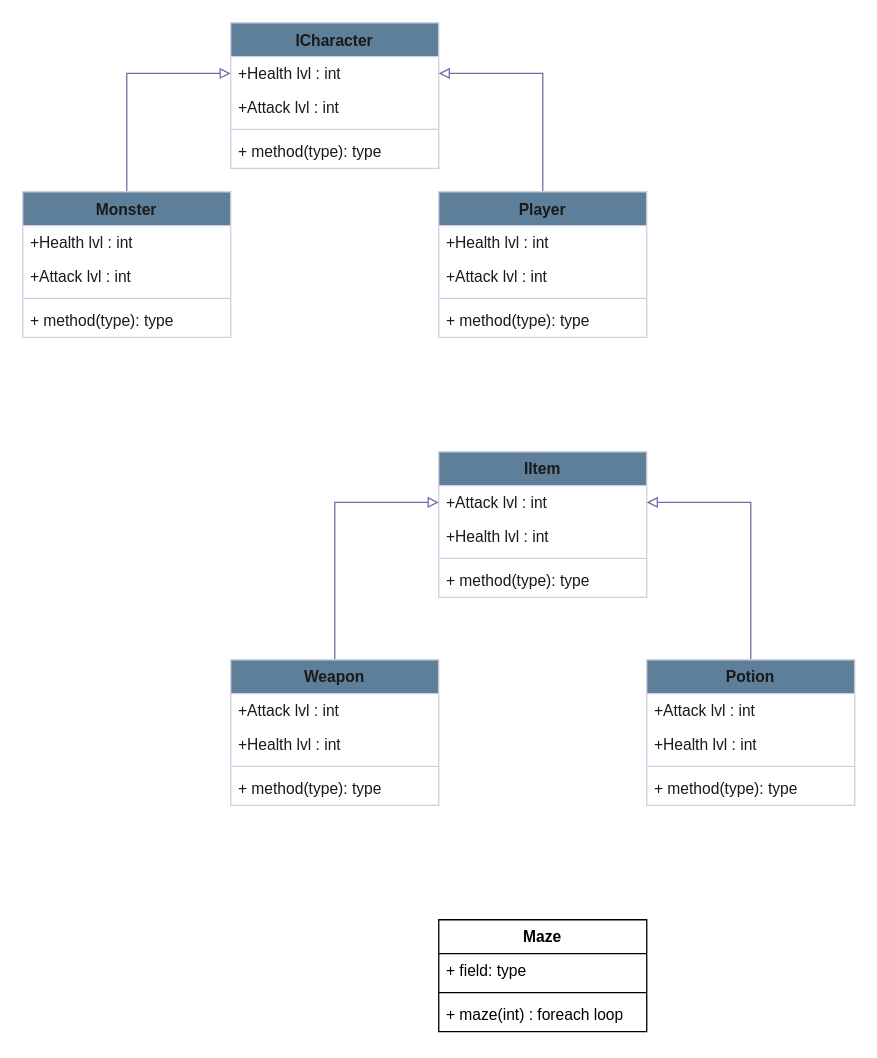
Earlier version of the draw.io diagram CSCI 1260 project 1.drawio (CigarJellyfish/CigarJellyfish). Source tidied: cells renumbered, new cells numbered last; positions are measured from the earlier drawing's top-left corner, leaving out a move shared by most shapes. Both pictures are drawn from the tidied source at 130%, with x=0, y=0 at pixel (22, 22).
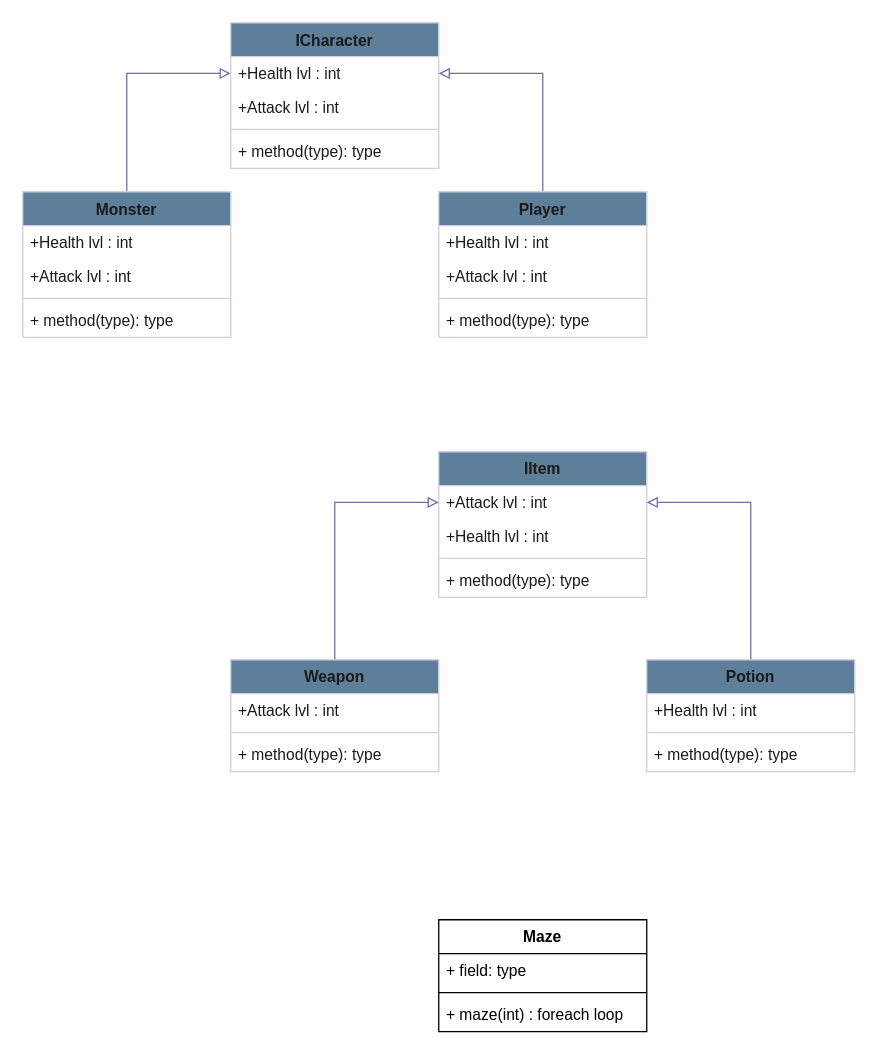
The same page after the edit.

Diff of the diagram source:
```diff
@@
     <mxCell id="25" value="Weapon" style="swimlane;fontStyle=1;align=center;verticalAlign=top;horizontal=1;startSize=26;whiteSpace=wrap;html=1;labelBackgroundColor=none;fillColor=#5D7F99;strokeColor=#D0CEE2;fontColor=#1A1A1A;" parent="1" vertex="1">
-      <mxGeometry x="160" y="490" width="160" height="112" as="geometry" />
+      <mxGeometry x="160" y="490" width="160" height="86" as="geometry" />
     </mxCell>
@@
-    <mxCell id="27" value="+Health lvl : int" style="text;strokeColor=none;fillColor=none;align=left;verticalAlign=top;spacingLeft=4;spacingRight=4;overflow=hidden;whiteSpace=wrap;html=1;labelBackgroundColor=none;fontColor=#1A1A1A;" parent="25" vertex="1">
-      <mxGeometry y="52" width="160" height="26" as="geometry" />
-    </mxCell>
     <mxCell id="28" style="line;strokeWidth=1;fillColor=none;align=left;verticalAlign=middle;spacingTop=-1;spacingLeft=3;spacingRight=3;labelPosition=right;strokeColor=#D0CEE2;labelBackgroundColor=none;fontColor=#1A1A1A;" parent="25" vertex="1">
-      <mxGeometry y="78" width="160" height="8" as="geometry" />
+      <mxGeometry y="52" width="160" height="8" as="geometry" />
     </mxCell>
     <mxCell id="29" value="+ method(type): type" style="text;strokeColor=none;fillColor=none;align=left;verticalAlign=top;spacingLeft=4;spacingRight=4;overflow=hidden;whiteSpace=wrap;html=1;labelBackgroundColor=none;fontColor=#1A1A1A;" parent="25" vertex="1">
-      <mxGeometry y="86" width="160" height="26" as="geometry" />
+      <mxGeometry y="60" width="160" height="26" as="geometry" />
     </mxCell>
@@
     <mxCell id="31" value="Potion" style="swimlane;fontStyle=1;align=center;verticalAlign=top;horizontal=1;startSize=26;whiteSpace=wrap;html=1;labelBackgroundColor=none;fillColor=#5D7F99;strokeColor=#D0CEE2;fontColor=#1A1A1A;" parent="1" vertex="1">
-      <mxGeometry x="480" y="490" width="160" height="112" as="geometry" />
+      <mxGeometry x="480" y="490" width="160" height="86" as="geometry" />
     </mxCell>
-    <mxCell id="32" value="+Attack lvl : int" style="text;strokeColor=none;fillColor=none;align=left;verticalAlign=top;spacingLeft=4;spacingRight=4;overflow=hidden;whiteSpace=wrap;html=1;labelBackgroundColor=none;fontColor=#1A1A1A;" parent="31" vertex="1">
-      <mxGeometry y="26" width="160" height="26" as="geometry" />
-    </mxCell>
     <mxCell id="33" value="+Health lvl : int" style="text;strokeColor=none;fillColor=none;align=left;verticalAlign=top;spacingLeft=4;spacingRight=4;overflow=hidden;whiteSpace=wrap;html=1;labelBackgroundColor=none;fontColor=#1A1A1A;" parent="31" vertex="1">
-      <mxGeometry y="52" width="160" height="26" as="geometry" />
+      <mxGeometry y="26" width="160" height="26" as="geometry" />
     </mxCell>
     <mxCell id="34" style="line;strokeWidth=1;fillColor=none;align=left;verticalAlign=middle;spacingTop=-1;spacingLeft=3;spacingRight=3;labelPosition=right;strokeColor=#D0CEE2;labelBackgroundColor=none;fontColor=#1A1A1A;" parent="31" vertex="1">
-      <mxGeometry y="78" width="160" height="8" as="geometry" />
+      <mxGeometry y="52" width="160" height="8" as="geometry" />
     </mxCell>
     <mxCell id="35" value="+ method(type): type" style="text;strokeColor=none;fillColor=none;align=left;verticalAlign=top;spacingLeft=4;spacingRight=4;overflow=hidden;whiteSpace=wrap;html=1;labelBackgroundColor=none;fontColor=#1A1A1A;" parent="31" vertex="1">
-      <mxGeometry y="86" width="160" height="26" as="geometry" />
+      <mxGeometry y="60" width="160" height="26" as="geometry" />
     </mxCell>
```
